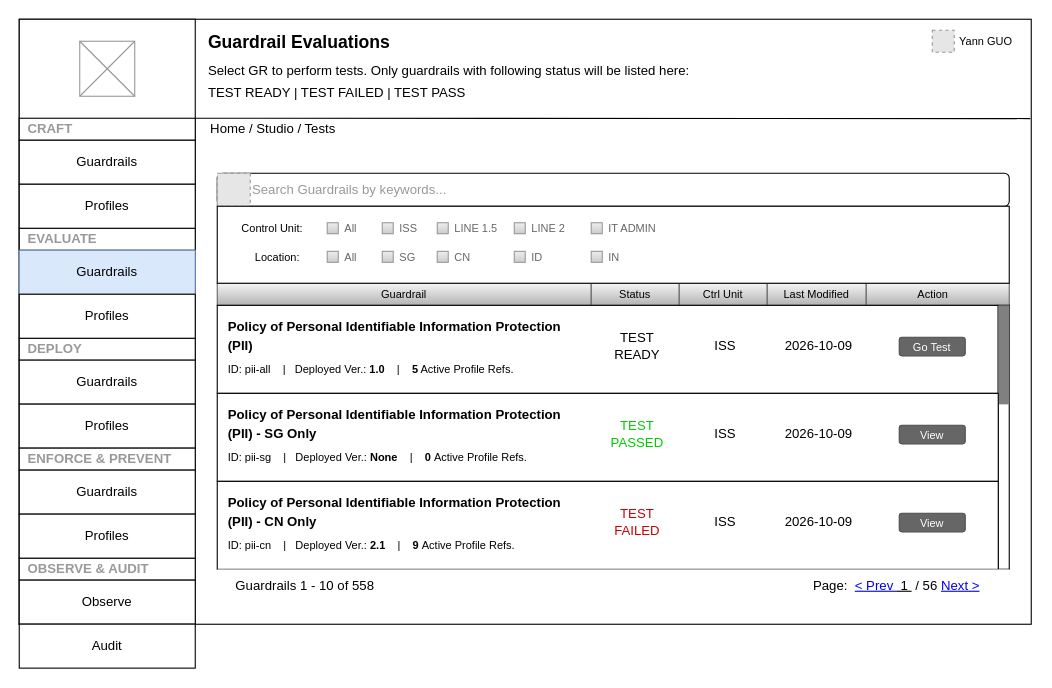
Above: page "ST-GR-TST-Index" (7 of 20) of NMGR.drawio in thinker-g/fx-drive (draw.io), before the change. Source tidied: cells renumbered, new cells numbered last; positions are measured from the earlier drawing's top-left corner, leaving out a move shared by most shapes. Both pictures are drawn from the tidied source at 110%, with x=0, y=0 at pixel (19, 19). Pictures stored in the file or linked from it are replaced by grey dashed boxes.
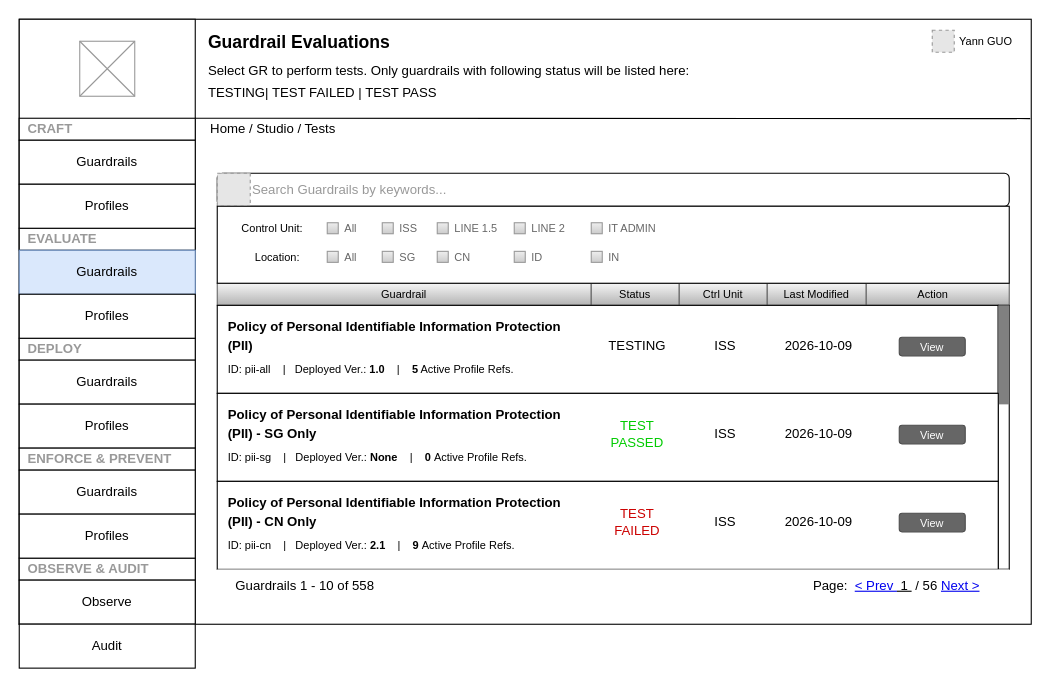
The same diagram, later.

Unchanged cells that the change refers to:
```xml
<mxCell id="19" style="group;" parent="1" vertex="1">
  <mxGeometry x="180" y="260" width="710" height="80.1" as="geometry" />
</mxCell>
```

Change to the diagram source:
```diff
@@
-    <mxCell id="5" value="&lt;h1 style=&quot;margin-top: 0px; margin-bottom: 0px;&quot;&gt;&lt;span style=&quot;font-size: 16px;&quot;&gt;Guardrail Evaluations&lt;/span&gt;&lt;/h1&gt;&lt;p style=&quot;margin-bottom: 6px; margin-top: 6px;&quot;&gt;Select GR to perform tests. Only guardrails with following status will be listed here:&lt;/p&gt;&lt;p style=&quot;margin-bottom: 6px; margin-top: 6px;&quot;&gt;TEST READY | TEST FAILED | TEST PASS&lt;/p&gt;" style="text;html=1;whiteSpace=wrap;overflow=hidden;rounded=0;spacing=0;spacingLeft=12;" parent="1" vertex="1">
+    <mxCell id="5" value="&lt;h1 style=&quot;margin-top: 0px; margin-bottom: 0px;&quot;&gt;&lt;span style=&quot;font-size: 16px;&quot;&gt;Guardrail Evaluations&lt;/span&gt;&lt;/h1&gt;&lt;p style=&quot;margin-bottom: 6px; margin-top: 6px;&quot;&gt;Select GR to perform tests. Only guardrails with following status will be listed here:&lt;/p&gt;&lt;p style=&quot;margin-bottom: 6px; margin-top: 6px;&quot;&gt;TESTING| TEST FAILED | TEST PASS&lt;/p&gt;" style="text;html=1;whiteSpace=wrap;overflow=hidden;rounded=0;spacing=0;spacingLeft=12;" parent="1" vertex="1">
       <mxGeometry x="160" width="760" height="90" as="geometry" />
     </mxCell>
@@
-    <mxCell id="22" value="&lt;p style=&quot;margin-top: 0px; margin-bottom: 6px;&quot;&gt;TEST READY&lt;/p&gt;" style="text;html=1;whiteSpace=wrap;overflow=hidden;rounded=0;verticalAlign=middle;spacing=6;labelPosition=center;verticalLabelPosition=middle;align=center;spacingLeft=4;" parent="19" vertex="1">
+    <mxCell id="22" value="&lt;p style=&quot;margin-top: 0px; margin-bottom: 6px;&quot;&gt;TESTING&lt;/p&gt;" style="text;html=1;whiteSpace=wrap;overflow=hidden;rounded=0;verticalAlign=middle;spacing=6;labelPosition=center;verticalLabelPosition=middle;align=center;spacingLeft=4;" parent="19" vertex="1">
       <mxGeometry x="340" width="80" height="80" as="geometry" />
     </mxCell>
@@
-    <mxCell id="25" value="Go Test" style="rounded=1;html=1;shadow=0;dashed=0;whiteSpace=wrap;fontSize=10;fillColor=#666666;align=center;strokeColor=#4D4D4D;fontColor=#ffffff;" parent="19" vertex="1">
+    <mxCell id="25" value="View" style="rounded=1;html=1;shadow=0;dashed=0;whiteSpace=wrap;fontSize=10;fillColor=#666666;align=center;strokeColor=#4D4D4D;fontColor=#ffffff;" parent="19" vertex="1">
       <mxGeometry x="620" y="29.1" width="60" height="16.9" as="geometry" />
     </mxCell>
```
